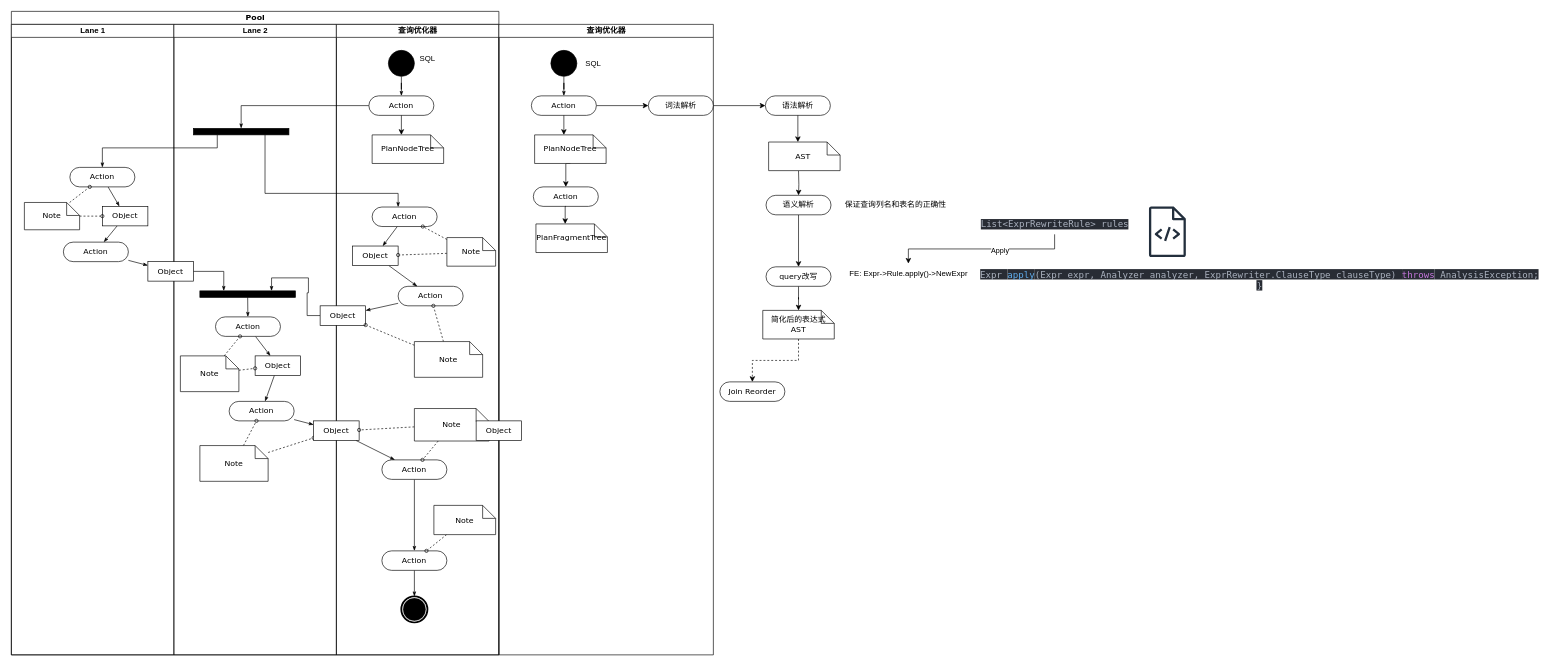
Earlier version of the draw.io diagram 未命名绘图.drawio (Baymine/Baymine). Source tidied: cells renumbered, new cells numbered last; positions are measured from the earlier drawing's top-left corner, leaving out a move shared by most shapes. Both pictures are drawn from the tidied source at 65%, with x=0, y=0 at pixel (11, 11).
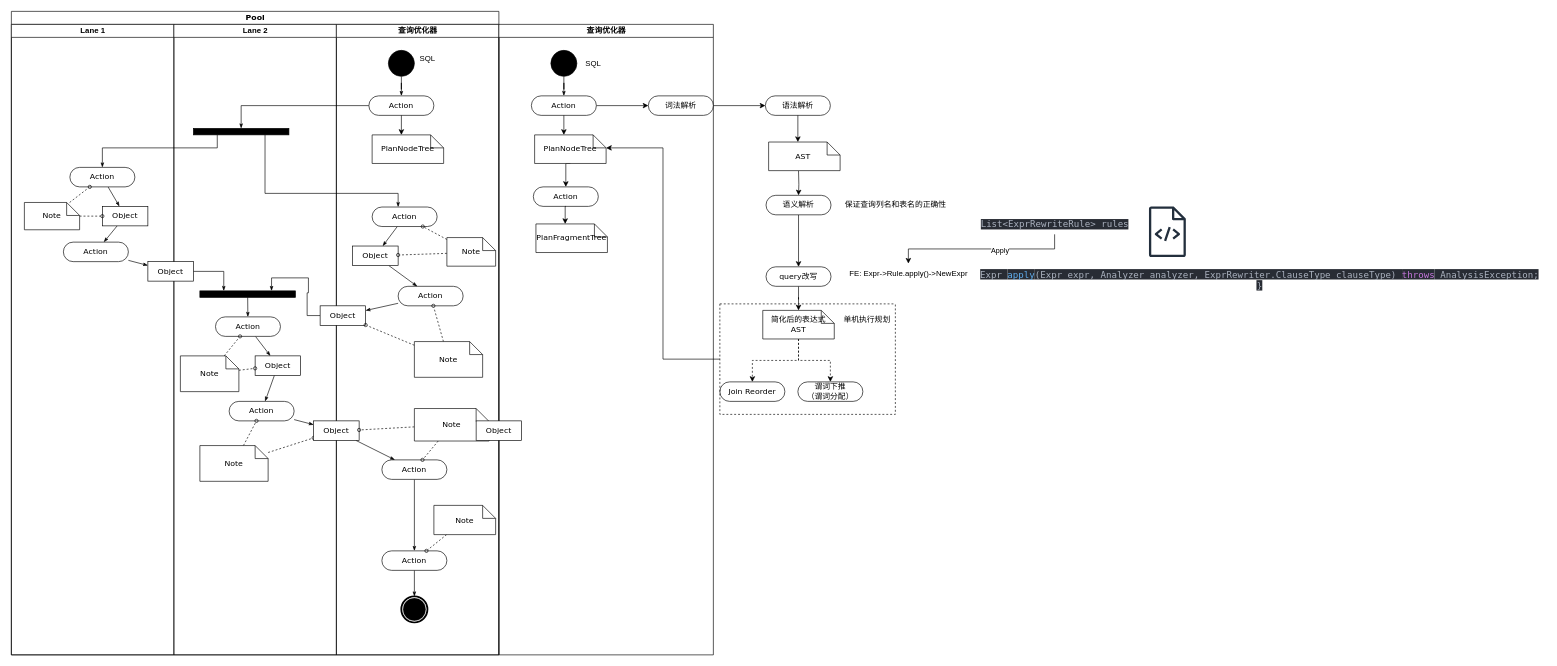
The same diagram, later.

Commit message:
更新未命名绘图.drawio

Unchanged cells that the change refers to:
```xml
<mxCell id="74" value="PlanNodeTree" style="shape=note;whiteSpace=wrap;html=1;rounded=0;shadow=0;comic=0;labelBackgroundColor=none;strokeWidth=1;fontFamily=Verdana;fontSize=12;align=center;size=20;" parent="67" vertex="1">
  <mxGeometry x="55" y="170" width="110" height="44" as="geometry" />
</mxCell>
<mxCell id="92" value="简化后的表达式&lt;div&gt;AST&lt;/div&gt;" style="shape=note;whiteSpace=wrap;html=1;rounded=0;shadow=0;comic=0;labelBackgroundColor=none;strokeWidth=1;fontFamily=Verdana;fontSize=12;align=center;size=20;" parent="1" vertex="1">
  <mxGeometry x="1156" y="460" width="110" height="44" as="geometry" />
</mxCell>
```

The edit, as a diff of the source:
```diff
@@
+    <mxCell id="100" style="edgeStyle=orthogonalEdgeStyle;rounded=0;jettySize=auto;html=1;exitX=0.5;exitY=1;exitDx=0;exitDy=0;exitPerimeter=0;entryX=0.5;entryY=0;entryDx=0;entryDy=0;dashed=1;" parent="1" edge="1" source="92" target="101">
+      <mxGeometry relative="1" as="geometry" />
+    </mxCell>
@@
+    <mxCell id="101" value="谓词下推&lt;div&gt;（谓词分配）&lt;/div&gt;" style="rounded=1;whiteSpace=wrap;html=1;shadow=0;comic=0;labelBackgroundColor=none;strokeWidth=1;fontFamily=Verdana;fontSize=12;align=center;arcSize=50;" parent="1" vertex="1">
+      <mxGeometry x="1210" y="570" width="100" height="30" as="geometry" />
+    </mxCell>
+    <mxCell id="102" style="swimlane;startSize=0;dashed=1;" parent="1" vertex="1">
+      <mxGeometry x="1090" y="450" width="270" height="170" as="geometry" />
+    </mxCell>
+    <mxCell id="103" value="单机执行规划" style="text;html=1;align=center;verticalAlign=middle;strokeColor=none;fillColor=none;" parent="102" vertex="1">
+      <mxGeometry x="176" y="10" width="100" height="30" as="geometry" />
+    </mxCell>
+    <mxCell id="104" style="edgeStyle=orthogonalEdgeStyle;rounded=0;jettySize=auto;html=1;exitX=0;exitY=0.5;exitDx=0;exitDy=0;entryX=0;entryY=0;entryDx=110;entryDy=20;entryPerimeter=0;" parent="1" edge="1" source="102" target="74">
+      <mxGeometry relative="1" as="geometry" />
+    </mxCell>
```
